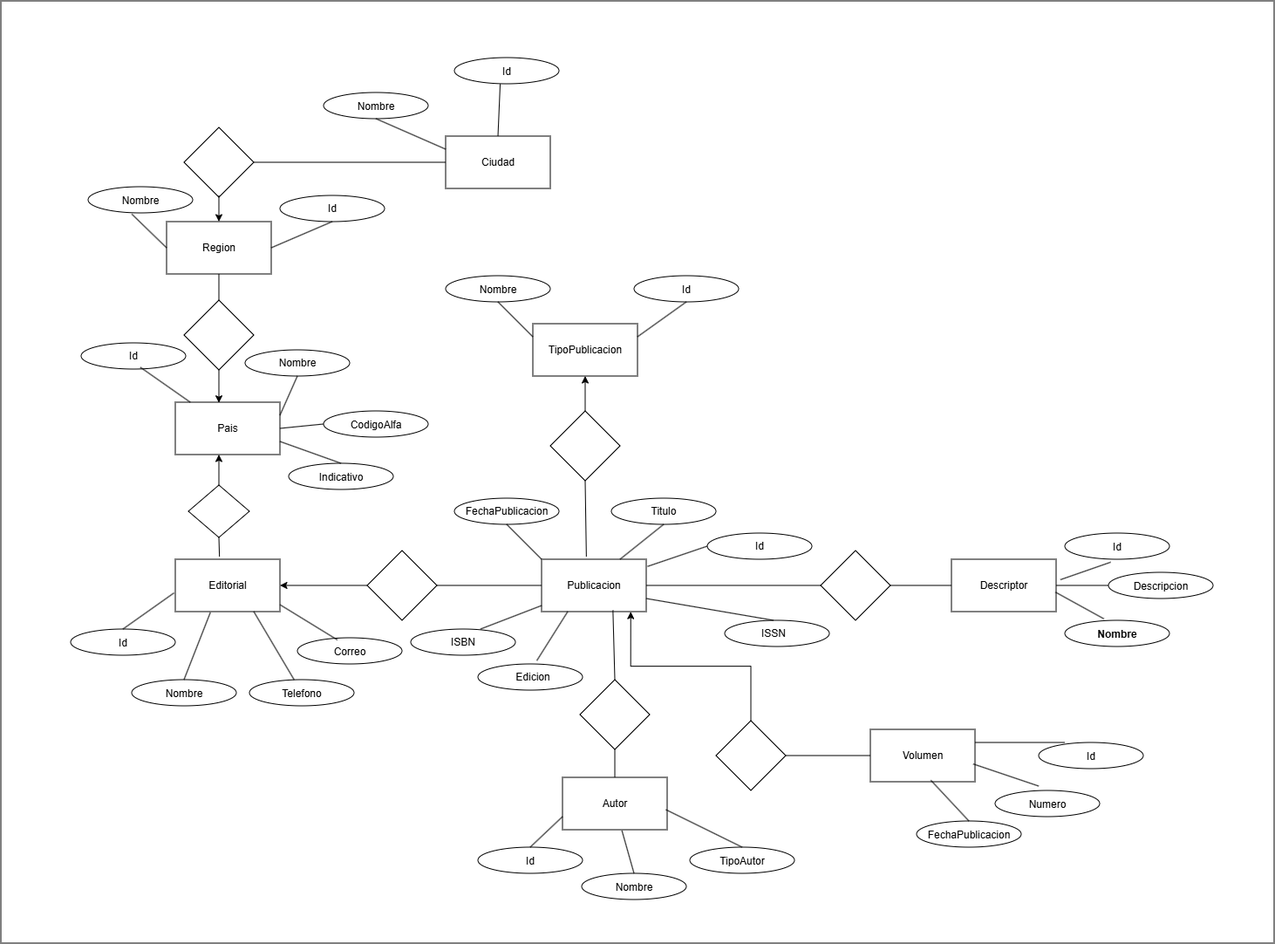
Earlier version of the draw.io export Modelo Entidad Relacion.png (hollmer124-rgb/Sistema-de-Informacion-Bibliografica). Source tidied: cells renumbered, new cells last; positions are measured from the earlier drawing's top-left corner, leaving out a move shared by most shapes.
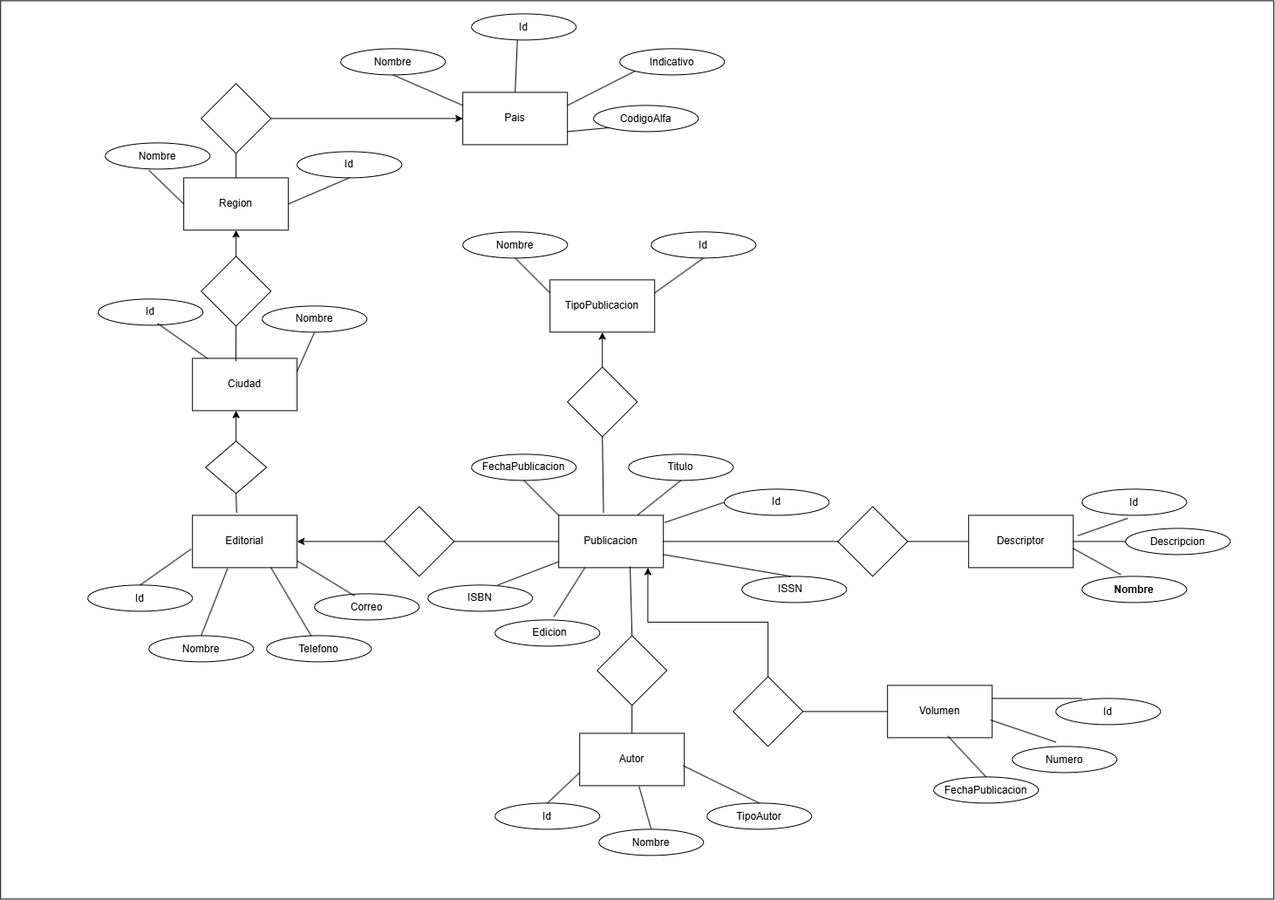
After the change.

Diff of the diagram source:
```diff
@@ -47,13 +47,13 @@
     <mxCell id="16" style="rounded=0;whiteSpace=wrap;html=1;fillColor=none;" parent="1" vertex="1">
       <mxGeometry x="200" y="460" width="120" height="60" as="geometry" />
     </mxCell>
-    <mxCell id="17" value="Pais" style="text;html=1;whiteSpace=wrap;strokeColor=none;fillColor=none;align=center;verticalAlign=middle;rounded=0;" parent="1" vertex="1">
+    <mxCell id="17" value="Ciudad" style="text;html=1;whiteSpace=wrap;strokeColor=none;fillColor=none;align=center;verticalAlign=middle;rounded=0;" parent="1" vertex="1">
       <mxGeometry x="230" y="475" width="60" height="30" as="geometry" />
     </mxCell>
     <mxCell id="18" style="rounded=0;whiteSpace=wrap;html=1;fillColor=none;" parent="1" vertex="1">
       <mxGeometry x="510" y="155" width="120" height="60" as="geometry" />
     </mxCell>
-    <mxCell id="19" value="Ciudad" style="text;html=1;whiteSpace=wrap;strokeColor=none;fillColor=none;align=center;verticalAlign=middle;rounded=0;" parent="1" vertex="1">
+    <mxCell id="19" value="Pais" style="text;html=1;whiteSpace=wrap;strokeColor=none;fillColor=none;align=center;verticalAlign=middle;rounded=0;" parent="1" vertex="1">
       <mxGeometry x="540" y="170" width="60" height="30" as="geometry" />
     </mxCell>
     <mxCell id="20" style="rounded=0;whiteSpace=wrap;html=1;fillColor=none;" parent="1" vertex="1">
@@ -135,14 +135,6 @@
     <mxCell id="44" style="rhombus;whiteSpace=wrap;html=1;shapeInside=1;fillColor=none;" parent="1" vertex="1">
       <mxGeometry x="210" y="343" width="80" height="80" as="geometry" />
     </mxCell>
-    <mxCell id="45" style="endArrow=none;html=1;rounded=0;entryX=0.5;entryY=1;entryDx=0;entryDy=0;exitX=0.5;exitY=0;exitDx=0;exitDy=0;" parent="1" edge="1" source="44" target="43">
-      <mxGeometry relative="1" as="geometry" />
-    </mxCell>
-    <mxCell id="46" style="endArrow=classic;html=1;rounded=0;" parent="1" edge="1" source="44">
-      <mxGeometry relative="1" as="geometry">
-        <mxPoint x="250" y="460.7" as="targetPoint" />
-      </mxGeometry>
-    </mxCell>
     <mxCell id="47" value="Id" style="text;html=1;whiteSpace=wrap;strokeColor=none;fillColor=none;align=center;verticalAlign=middle;rounded=0;" parent="1" vertex="1">
       <mxGeometry x="350" y="223" width="60" height="30" as="geometry" />
     </mxCell>
@@ -171,11 +163,6 @@
     <mxCell id="54" style="rhombus;whiteSpace=wrap;html=1;shapeInside=1;fillColor=none;" parent="1" vertex="1">
       <mxGeometry x="210" y="145" width="80" height="80" as="geometry" />
     </mxCell>
-    <mxCell id="55" style="endArrow=classic;html=1;rounded=0;exitX=0.5;exitY=1;exitDx=0;exitDy=0;" parent="1" edge="1" target="43">
-      <mxGeometry relative="1" as="geometry">
-        <mxPoint x="250" y="223" as="sourcePoint" />
-      </mxGeometry>
-    </mxCell>
     <mxCell id="56" value="Id" style="ellipse;whiteSpace=wrap;html=1;shapeInside=1;fillColor=none;" parent="1" vertex="1">
       <mxGeometry x="520" y="65" width="120" height="30" as="geometry" />
     </mxCell>
@@ -266,9 +253,6 @@
     <mxCell id="85" style="endArrow=none;html=1;rounded=0;entryX=1;entryY=0.5;entryDx=0;entryDy=0;exitX=0;exitY=0.5;exitDx=0;exitDy=0;" parent="1" edge="1" source="84" target="20">
       <mxGeometry relative="1" as="geometry" />
     </mxCell>
-    <mxCell id="86" style="endArrow=none;html=1;rounded=0;entryX=0;entryY=0.5;entryDx=0;entryDy=0;" parent="1" edge="1" source="54" target="18">
-      <mxGeometry relative="1" as="geometry" />
-    </mxCell>
     <mxCell id="87" style="rhombus;whiteSpace=wrap;html=1;shapeInside=1;fillColor=none;" parent="1" vertex="1">
       <mxGeometry x="215" y="555" width="70" height="60" as="geometry" />
     </mxCell>
@@ -283,18 +267,6 @@
     <mxCell id="90" style="endArrow=none;html=1;rounded=0;exitX=0.422;exitY=-0.05;exitDx=0;exitDy=0;exitPerimeter=0;entryX=0.5;entryY=1;entryDx=0;entryDy=0;" parent="1" edge="1" source="14" target="87">
       <mxGeometry relative="1" as="geometry" />
     </mxCell>
-    <mxCell id="91" value="CodigoAlfa" style="ellipse;whiteSpace=wrap;html=1;shapeInside=1;fillColor=none;" parent="1" vertex="1">
-      <mxGeometry x="370" y="470" width="120" height="30" as="geometry" />
-    </mxCell>
-    <mxCell id="92" value="Indicativo" style="ellipse;whiteSpace=wrap;html=1;shapeInside=1;fillColor=none;" parent="1" vertex="1">
-      <mxGeometry x="330" y="530" width="120" height="30" as="geometry" />
-    </mxCell>
-    <mxCell id="93" style="endArrow=none;html=1;rounded=0;entryX=0;entryY=0.5;entryDx=0;entryDy=0;exitX=1;exitY=0.5;exitDx=0;exitDy=0;" parent="1" edge="1" source="16" target="91">
-      <mxGeometry relative="1" as="geometry" />
-    </mxCell>
-    <mxCell id="94" style="endArrow=none;html=1;rounded=0;entryX=1;entryY=0.75;entryDx=0;entryDy=0;exitX=0.5;exitY=0;exitDx=0;exitDy=0;" parent="1" edge="1" source="92" target="16">
-      <mxGeometry relative="1" as="geometry" />
-    </mxCell>
     <mxCell id="95" value="Id&lt;div&gt;&lt;br/&gt;&lt;/div&gt;" style="ellipse;whiteSpace=wrap;html=1;shapeInside=1;fillColor=none;" parent="1" vertex="1">
       <mxGeometry x="80" y="720" width="120" height="30" as="geometry" />
     </mxCell>
@@ -346,8 +318,32 @@
     <mxCell id="111" style="endArrow=none;html=1;rounded=0;entryX=0.417;entryY=-0.167;entryDx=0;entryDy=0;entryPerimeter=0;exitX=0.983;exitY=0.661;exitDx=0;exitDy=0;exitPerimeter=0;" parent="1" edge="1" source="22" target="107">
       <mxGeometry relative="1" as="geometry" />
     </mxCell>
-    <mxCell id="112" style="rounded=0;whiteSpace=wrap;html=1;fillColor=none;" parent="1" vertex="1">
-      <mxGeometry width="1460" height="1080" as="geometry" />
-    </mxCell>
+    <mxCell id="91" value="CodigoAlfa" style="ellipse;whiteSpace=wrap;html=1;shapeInside=1;fillColor=none;" parent="1" vertex="1">
+      <mxGeometry x="660" y="170" width="120" height="30" as="geometry" />
+    </mxCell>
+    <mxCell id="92" value="Indicativo" style="ellipse;whiteSpace=wrap;html=1;shapeInside=1;fillColor=none;" parent="1" vertex="1">
+      <mxGeometry x="690" y="105" width="120" height="30" as="geometry" />
+    </mxCell>
+    <mxCell id="45" style="endArrow=classic;html=1;rounded=0;exitX=0.5;exitY=0;exitDx=0;exitDy=0;entryX=0.5;entryY=1;entryDx=0;entryDy=0;" parent="1" edge="1" source="44" target="43">
+      <mxGeometry relative="1" as="geometry" />
+    </mxCell>
+    <mxCell id="113" style="endArrow=none;html=1;rounded=0;exitX=0.5;exitY=1;exitDx=0;exitDy=0;entryX=0.415;entryY=0.057;entryDx=0;entryDy=0;entryPerimeter=0;" parent="1" edge="1" source="44" target="16">
+      <mxGeometry relative="1" as="geometry" />
+    </mxCell>
+    <mxCell id="86" style="endArrow=classic;html=1;rounded=0;exitX=1;exitY=0.5;exitDx=0;exitDy=0;entryX=0;entryY=0.5;entryDx=0;entryDy=0;" parent="1" edge="1" source="54" target="18">
+      <mxGeometry relative="1" as="geometry" />
+    </mxCell>
+    <mxCell id="114" style="endArrow=none;html=1;rounded=0;entryX=0.5;entryY=1;entryDx=0;entryDy=0;exitX=0.5;exitY=0;exitDx=0;exitDy=0;" parent="1" edge="1" source="43" target="54">
+      <mxGeometry relative="1" as="geometry" />
+    </mxCell>
+    <mxCell id="115" style="endArrow=none;html=1;rounded=0;entryX=0;entryY=1;entryDx=0;entryDy=0;exitX=1;exitY=0.25;exitDx=0;exitDy=0;" parent="1" edge="1" source="18" target="92">
+      <mxGeometry relative="1" as="geometry" />
+    </mxCell>
+    <mxCell id="116" style="endArrow=none;html=1;rounded=0;entryX=0;entryY=1;entryDx=0;entryDy=0;exitX=1;exitY=0.75;exitDx=0;exitDy=0;" parent="1" edge="1" source="18" target="91">
+      <mxGeometry relative="1" as="geometry" />
+    </mxCell>
+    <mxCell id="117" style="rounded=0;whiteSpace=wrap;html=1;fillColor=none;" parent="1" vertex="1">
+      <mxGeometry x="-20" y="50" width="1460" height="1030" as="geometry" />
+    </mxCell>
   </root>
 </mxGraphModel>
```
